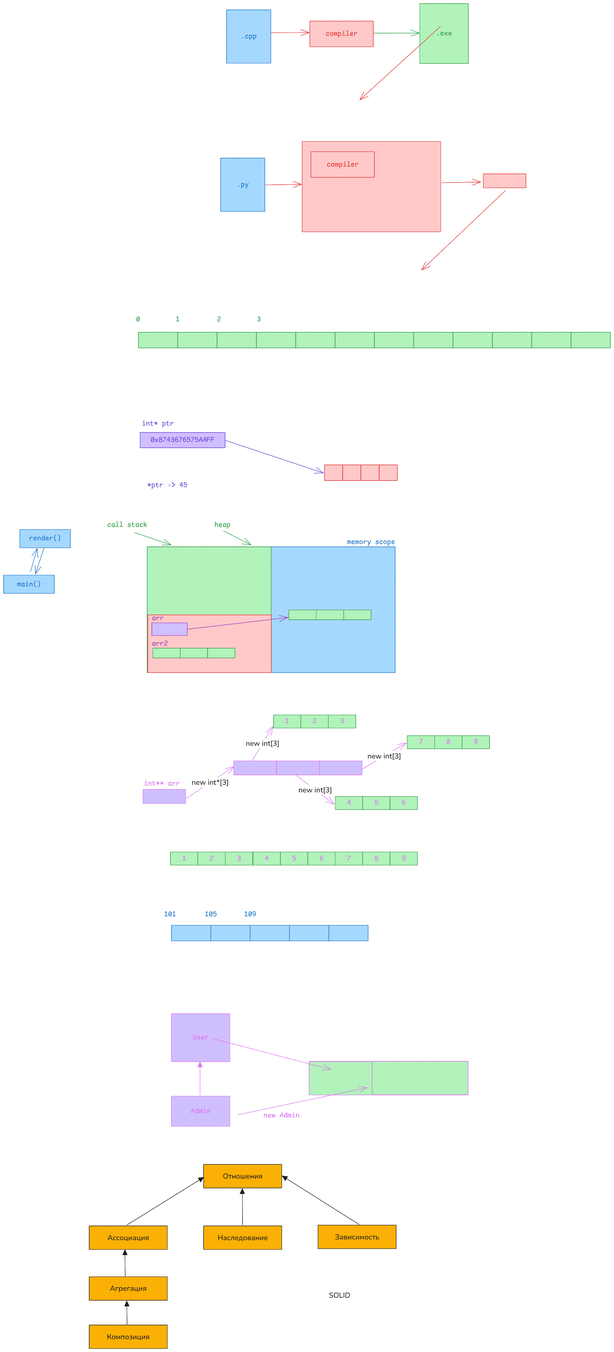
Above: img/00_cpp.excalidraw.png in silvercodes/p41_dotnet_cs (Excalidraw), before the change. Source tidied: one line per element, renumbered; positions are measured from the earlier drawing's top-left corner, leaving out a move shared by most shapes.
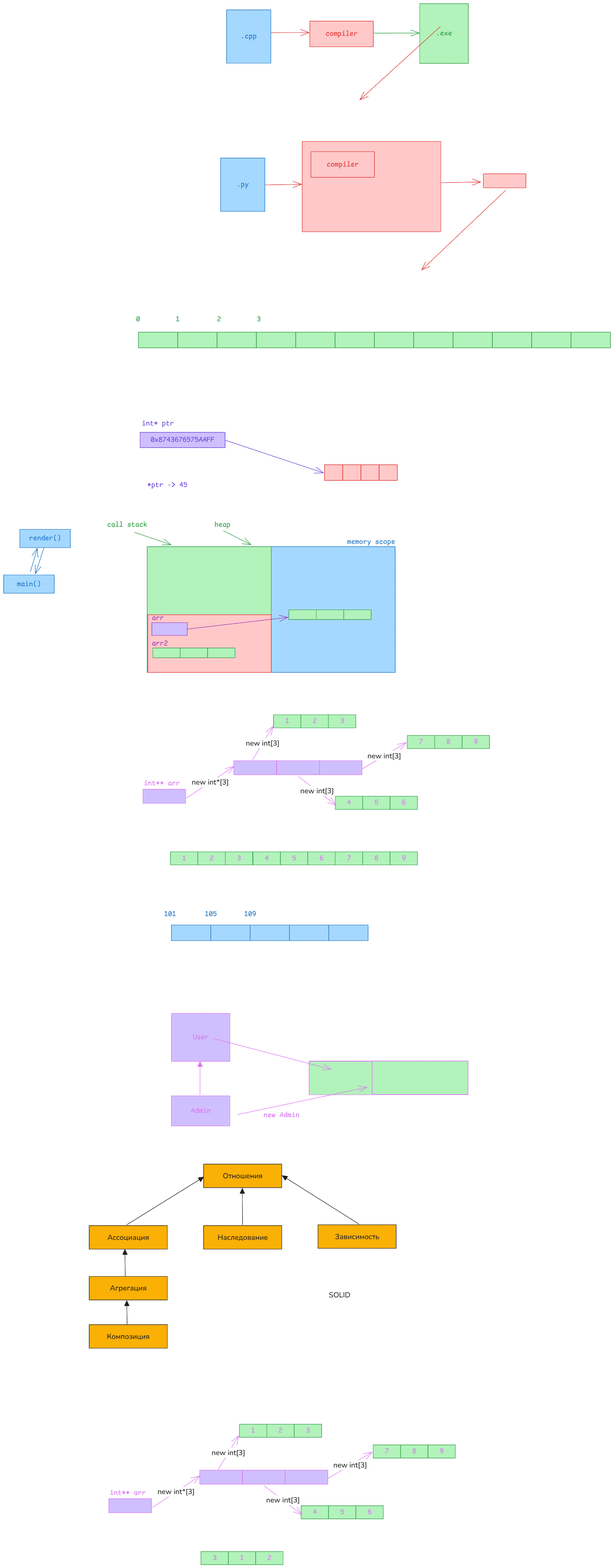
After the change.

The edit, as a diff of the source:
```diff
@@ -94,7 +94,7 @@
 {"id": 93, "type": "text", "text": "5", "strokeColor": "#da77f2", "backgroundColor": "#d0bfff", "fillStyle": "solid", "strokeWidth": 1, "roughness": 0, "fontSize": 20, "fontFamily": 8, "textAlign": "center", "verticalAlign": "middle", "inside": 92, "x": 1018, "y": 2182, "width": 11, "height": 25}
 {"id": 94, "type": "rectangle", "strokeColor": "#2f9e44", "backgroundColor": "#b2f2bb", "fillStyle": "solid", "strokeWidth": 1, "roughness": 0, "x": 1061, "y": 2176, "width": 75, "height": 36}
 {"id": 95, "type": "text", "text": "6", "strokeColor": "#da77f2", "backgroundColor": "#d0bfff", "fillStyle": "solid", "strokeWidth": 1, "roughness": 0, "fontSize": 20, "fontFamily": 8, "textAlign": "center", "verticalAlign": "middle", "inside": 94, "x": 1093, "y": 2182, "width": 11, "height": 25}
-{"id": 96, "type": "arrow", "strokeColor": "#da77f2", "backgroundColor": "#d0bfff", "fillStyle": "solid", "strokeWidth": 1, "roughness": 0, "endArrowhead": "arrow", "round": true, "from": 78, "to": 90, "x": 804, "y": 2118, "width": 104, "height": 79, "points": [[0, 0], [104, 79]]}
+{"id": 96, "type": "arrow", "strokeColor": "#da77f2", "backgroundColor": "#d0bfff", "fillStyle": "solid", "strokeWidth": 1, "roughness": 0, "endArrowhead": "arrow", "round": true, "from": 78, "to": 90, "x": 809, "y": 2121, "width": 104, "height": 79, "points": [[0, 0], [104, 79]]}
 {"id": 97, "type": "text", "text": "new int[3]", "strokeColor": "#1e1e1e", "strokeWidth": 2, "roughness": 1, "fontSize": 20, "fontFamily": 6, "textAlign": "center", "verticalAlign": "middle", "inside": 96, "x": 809, "y": 2145, "width": 92, "height": 27}
 {"id": 98, "type": "rectangle", "strokeColor": "#2f9e44", "backgroundColor": "#b2f2bb", "fillStyle": "solid", "strokeWidth": 1, "roughness": 0, "x": 1108, "y": 2009, "width": 75, "height": 36}
 {"id": 99, "type": "text", "text": "7", "strokeColor": "#da77f2", "backgroundColor": "#d0bfff", "fillStyle": "solid", "strokeWidth": 1, "roughness": 0, "fontSize": 20, "fontFamily": 8, "textAlign": "center", "verticalAlign": "middle", "inside": 98, "x": 1140, "y": 2015, "width": 11, "height": 25}
@@ -151,3 +151,34 @@
 {"id": 150, "type": "arrow", "strokeColor": "#1e1e1e", "backgroundColor": "#fab005", "fillStyle": "solid", "strokeWidth": 1, "roughness": 0, "endArrowhead": "triangle", "round": true, "from": 145, "to": 135, "x": 656, "y": 3353, "width": 1, "height": 100, "points": [[0, 0], [-1, -100]]}
 {"id": 151, "type": "arrow", "strokeColor": "#1e1e1e", "backgroundColor": "#fab005", "fillStyle": "solid", "strokeWidth": 1, "roughness": 0, "endArrowhead": "triangle", "round": true, "from": 147, "to": 135, "x": 976, "y": 3351, "width": 211, "height": 133, "points": [[0, 0], [-211, -133]]}
 {"id": 152, "type": "text", "text": "SOLID", "strokeColor": "#1e1e1e", "backgroundColor": "#fab005", "fillStyle": "solid", "strokeWidth": 1, "roughness": 0, "fontSize": 20, "fontFamily": 6, "x": 893, "y": 3532, "width": 59, "height": 27}
+{"id": 153, "type": "rectangle", "strokeColor": "#da77f2", "backgroundColor": "#d0bfff", "fillStyle": "solid", "strokeWidth": 1, "roughness": 0, "x": 289, "y": 4105, "width": 117, "height": 39}
+{"id": 154, "type": "text", "text": "int** arr", "strokeColor": "#da77f2", "backgroundColor": "#d0bfff", "fillStyle": "solid", "strokeWidth": 1, "roughness": 0, "fontSize": 20, "fontFamily": 8, "x": 291, "y": 4076, "width": 99, "height": 25}
+{"id": 155, "type": "rectangle", "strokeColor": "#da77f2", "backgroundColor": "#d0bfff", "fillStyle": "solid", "strokeWidth": 1, "roughness": 0, "x": 538, "y": 4026, "width": 117, "height": 39}
+{"id": 156, "type": "rectangle", "strokeColor": "#da77f2", "backgroundColor": "#d0bfff", "fillStyle": "solid", "strokeWidth": 1, "roughness": 0, "x": 656, "y": 4026, "width": 117, "height": 39}
+{"id": 157, "type": "rectangle", "strokeColor": "#da77f2", "backgroundColor": "#d0bfff", "fillStyle": "solid", "strokeWidth": 1, "roughness": 0, "x": 773, "y": 4026, "width": 117, "height": 39}
+{"id": 158, "type": "arrow", "strokeColor": "#da77f2", "backgroundColor": "#d0bfff", "fillStyle": "solid", "strokeWidth": 1, "roughness": 0, "endArrowhead": "arrow", "round": true, "from": 153, "to": 155, "x": 409, "y": 4129, "width": 129, "height": 87, "points": [[0, 0], [129, -87]]}
+{"id": 159, "type": "text", "text": "new int*[3]", "strokeColor": "#1e1e1e", "strokeWidth": 2, "roughness": 1, "fontSize": 20, "fontFamily": 6, "textAlign": "center", "verticalAlign": "middle", "inside": 158, "x": 234, "y": 3954, "width": 102, "height": 27}
+{"id": 160, "type": "rectangle", "strokeColor": "#2f9e44", "backgroundColor": "#b2f2bb", "fillStyle": "solid", "strokeWidth": 1, "roughness": 0, "x": 647, "y": 3900, "width": 75, "height": 36}
+{"id": 161, "type": "text", "text": "1", "strokeColor": "#da77f2", "backgroundColor": "#d0bfff", "fillStyle": "solid", "strokeWidth": 1, "roughness": 0, "fontSize": 20, "fontFamily": 8, "textAlign": "center", "verticalAlign": "middle", "inside": 160, "x": 679, "y": 3906, "width": 11, "height": 25}
+{"id": 162, "type": "rectangle", "strokeColor": "#2f9e44", "backgroundColor": "#b2f2bb", "fillStyle": "solid", "strokeWidth": 1, "roughness": 0, "x": 723, "y": 3900, "width": 75, "height": 36}
+{"id": 163, "type": "text", "text": "2", "strokeColor": "#da77f2", "backgroundColor": "#d0bfff", "fillStyle": "solid", "strokeWidth": 1, "roughness": 0, "fontSize": 20, "fontFamily": 8, "textAlign": "center", "verticalAlign": "middle", "inside": 162, "x": 755, "y": 3906, "width": 11, "height": 25}
+{"id": 164, "type": "rectangle", "strokeColor": "#2f9e44", "backgroundColor": "#b2f2bb", "fillStyle": "solid", "strokeWidth": 1, "roughness": 0, "x": 798, "y": 3900, "width": 75, "height": 36}
+{"id": 165, "type": "text", "text": "3", "strokeColor": "#da77f2", "backgroundColor": "#d0bfff", "fillStyle": "solid", "strokeWidth": 1, "roughness": 0, "fontSize": 20, "fontFamily": 8, "textAlign": "center", "verticalAlign": "middle", "inside": 164, "x": 830, "y": 3906, "width": 11, "height": 25}
+{"id": 166, "type": "arrow", "strokeColor": "#da77f2", "backgroundColor": "#d0bfff", "fillStyle": "solid", "strokeWidth": 1, "roughness": 0, "endArrowhead": "arrow", "round": true, "from": 155, "to": 160, "x": 589, "y": 4025, "width": 56, "height": 92, "points": [[0, 0], [56, -92]]}
+{"id": 167, "type": "text", "text": "new int[3]", "strokeColor": "#1e1e1e", "strokeWidth": 2, "roughness": 1, "fontSize": 20, "fontFamily": 6, "textAlign": "center", "verticalAlign": "middle", "inside": 166, "x": 383, "y": 3847, "width": 92, "height": 27}
+{"id": 168, "type": "rectangle", "strokeColor": "#2f9e44", "backgroundColor": "#b2f2bb", "fillStyle": "solid", "strokeWidth": 1, "roughness": 0, "x": 817, "y": 4124, "width": 75, "height": 36}
+{"id": 169, "type": "text", "text": "4", "strokeColor": "#da77f2", "backgroundColor": "#d0bfff", "fillStyle": "solid", "strokeWidth": 1, "roughness": 0, "fontSize": 20, "fontFamily": 8, "textAlign": "center", "verticalAlign": "middle", "inside": 168, "x": 849, "y": 4130, "width": 11, "height": 25}
+{"id": 170, "type": "arrow", "strokeColor": "#da77f2", "backgroundColor": "#d0bfff", "fillStyle": "solid", "strokeWidth": 1, "roughness": 0, "endArrowhead": "arrow", "round": true, "from": 156, "to": 168, "x": 715, "y": 4069, "width": 104, "height": 79, "points": [[0, 0], [104, 79]]}
+{"id": 171, "type": "text", "text": "new int[3]", "strokeColor": "#1e1e1e", "strokeWidth": 2, "roughness": 1, "fontSize": 20, "fontFamily": 6, "textAlign": "center", "verticalAlign": "middle", "inside": 170, "x": 532, "y": 3977, "width": 92, "height": 27}
+{"id": 172, "type": "rectangle", "strokeColor": "#2f9e44", "backgroundColor": "#b2f2bb", "fillStyle": "solid", "strokeWidth": 1, "roughness": 0, "x": 1015, "y": 3957, "width": 75, "height": 36}
+{"id": 173, "type": "text", "text": "7", "strokeColor": "#da77f2", "backgroundColor": "#d0bfff", "fillStyle": "solid", "strokeWidth": 1, "roughness": 0, "fontSize": 20, "fontFamily": 8, "textAlign": "center", "verticalAlign": "middle", "inside": 172, "x": 1047, "y": 3963, "width": 11, "height": 25}
+{"id": 174, "type": "rectangle", "strokeColor": "#2f9e44", "backgroundColor": "#b2f2bb", "fillStyle": "solid", "strokeWidth": 1, "roughness": 0, "x": 1090, "y": 3957, "width": 75, "height": 36}
+{"id": 175, "type": "text", "text": "8", "strokeColor": "#da77f2", "backgroundColor": "#d0bfff", "fillStyle": "solid", "strokeWidth": 1, "roughness": 0, "fontSize": 20, "fontFamily": 8, "textAlign": "center", "verticalAlign": "middle", "inside": 174, "x": 1122, "y": 3963, "width": 11, "height": 25}
+{"id": 176, "type": "arrow", "strokeColor": "#da77f2", "backgroundColor": "#d0bfff", "fillStyle": "solid", "strokeWidth": 1, "roughness": 0, "endArrowhead": "arrow", "round": true, "from": 157, "to": 172, "x": 891, "y": 4049, "width": 121, "height": 72, "points": [[0, 0], [121, -72]]}
+{"id": 177, "type": "text", "text": "new int[3]", "strokeColor": "#1e1e1e", "strokeWidth": 2, "roughness": 1, "fontSize": 20, "fontFamily": 6, "textAlign": "center", "verticalAlign": "middle", "inside": 176, "x": 717, "y": 3881, "width": 92, "height": 27}
+{"id": 178, "type": "rectangle", "strokeColor": "#2f9e44", "backgroundColor": "#b2f2bb", "fillStyle": "solid", "strokeWidth": 1, "roughness": 0, "x": 542, "y": 4250, "width": 75, "height": 36}
+{"id": 179, "type": "text", "text": "3", "strokeColor": "#da77f2", "backgroundColor": "#d0bfff", "fillStyle": "solid", "strokeWidth": 1, "roughness": 0, "fontSize": 20, "fontFamily": 8, "textAlign": "center", "verticalAlign": "middle", "inside": 178, "x": 574, "y": 4255, "width": 11, "height": 25}
+{"id": 180, "type": "rectangle", "strokeColor": "#2f9e44", "backgroundColor": "#b2f2bb", "fillStyle": "solid", "strokeWidth": 1, "roughness": 0, "x": 617, "y": 4250, "width": 75, "height": 36}
+{"id": 181, "type": "text", "text": "1", "strokeColor": "#da77f2", "backgroundColor": "#d0bfff", "fillStyle": "solid", "strokeWidth": 1, "roughness": 0, "fontSize": 20, "fontFamily": 8, "textAlign": "center", "verticalAlign": "middle", "inside": 180, "x": 649, "y": 4255, "width": 11, "height": 25}
+{"id": 182, "type": "rectangle", "strokeColor": "#2f9e44", "backgroundColor": "#b2f2bb", "fillStyle": "solid", "strokeWidth": 1, "roughness": 0, "x": 692, "y": 4250, "width": 75, "height": 36}
+{"id": 183, "type": "text", "text": "2", "strokeColor": "#da77f2", "backgroundColor": "#d0bfff", "fillStyle": "solid", "strokeWidth": 1, "roughness": 0, "fontSize": 20, "fontFamily": 8, "textAlign": "center", "verticalAlign": "middle", "inside": 182, "x": 724, "y": 4255, "width": 11, "height": 25}
```
